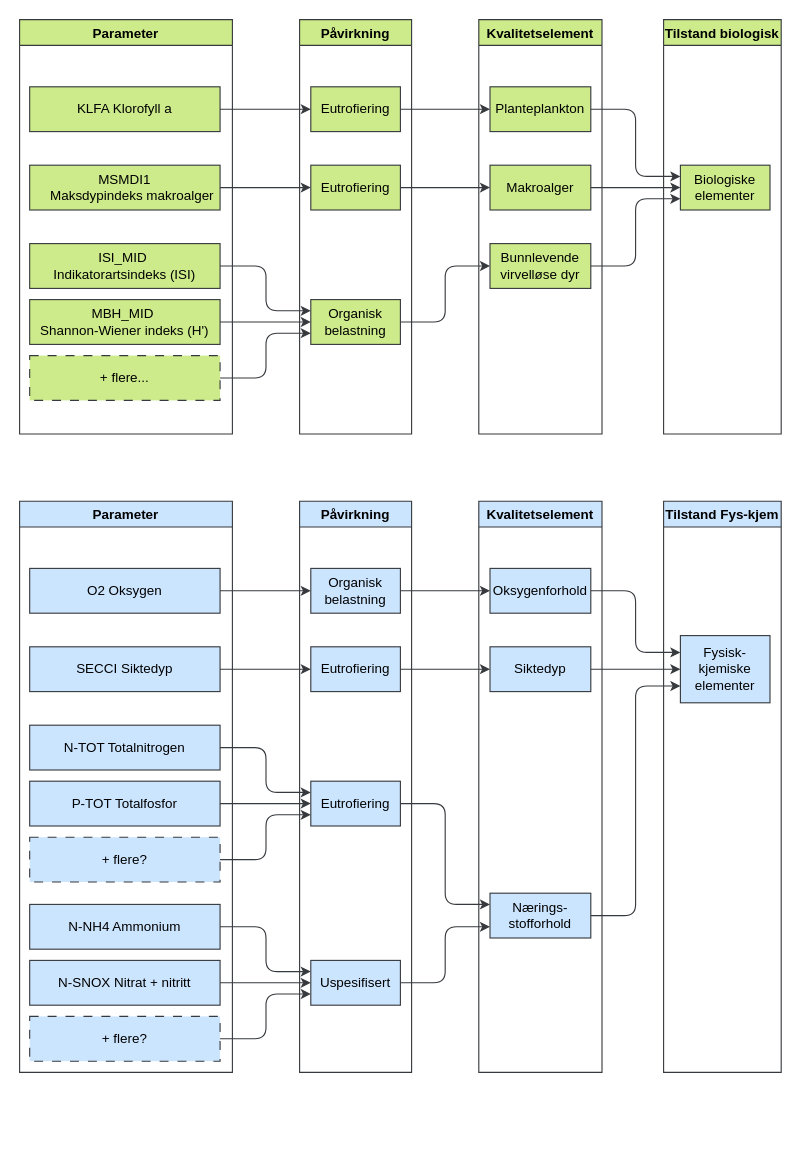
Above: martini.drawio in ciaran-dk/flowchart (draw.io), before the change. Source tidied: cells renumbered, new cells numbered last; positions are measured from the earlier drawing's top-left corner, leaving out a move shared by most shapes. Both pictures are drawn from the tidied source at 112%, with x=0, y=0 at pixel (19, 19).
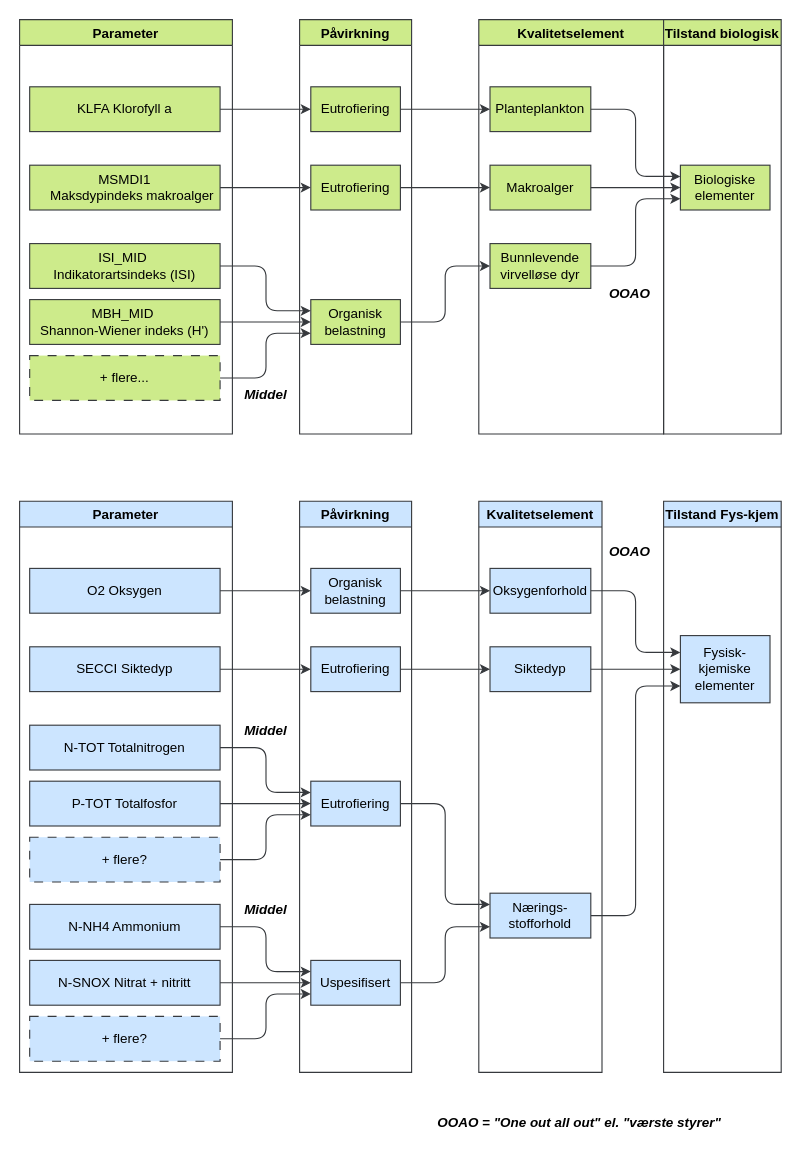
The same diagram, later.

Unchanged cells that the change refers to:
```xml
<mxCell id="62" value="Tilstand Fys-kjem" style="swimlane;labelBackgroundColor=none;fillColor=#cce5ff;strokeColor=#36393d;fontColor=#000000;" parent="1" vertex="1">
  <mxGeometry x="575" y="430" width="105" height="510" as="geometry" />
</mxCell>
```

Change to the diagram source:
```diff
@@
     <mxCell id="27" value="Kvalitetselement" style="swimlane;labelBackgroundColor=none;fillColor=#cdeb8b;strokeColor=#36393d;fontColor=#000000;" parent="1" vertex="1">
-      <mxGeometry x="410" width="110" height="370" as="geometry" />
+      <mxGeometry x="410" width="165" height="370" as="geometry" />
     </mxCell>
+    <mxCell id="64" value="OOAO" style="text;html=1;align=center;verticalAlign=middle;whiteSpace=wrap;rounded=0;fontColor=#000000;fontStyle=3;" parent="27" vertex="1">
+      <mxGeometry x="105" y="230" width="60" height="30" as="geometry" />
+    </mxCell>
@@
+    <mxCell id="65" value="OOAO" style="text;html=1;align=center;verticalAlign=middle;whiteSpace=wrap;rounded=0;fontColor=#000000;fontStyle=3;" parent="62" vertex="1">
+      <mxGeometry x="-60" y="30" width="60" height="30" as="geometry" />
+    </mxCell>
@@
+    <mxCell id="66" value="Middel" style="text;html=1;align=center;verticalAlign=middle;whiteSpace=wrap;rounded=0;fontColor=#000000;fontStyle=3;" parent="1" vertex="1">
+      <mxGeometry x="190" y="320" width="60" height="30" as="geometry" />
+    </mxCell>
+    <mxCell id="67" value="Middel" style="text;html=1;align=center;verticalAlign=middle;whiteSpace=wrap;rounded=0;fontColor=#000000;fontStyle=3;" parent="1" vertex="1">
+      <mxGeometry x="190" y="620" width="60" height="30" as="geometry" />
+    </mxCell>
+    <mxCell id="68" value="Middel" style="text;html=1;align=center;verticalAlign=middle;whiteSpace=wrap;rounded=0;fontColor=#000000;fontStyle=3;" parent="1" vertex="1">
+      <mxGeometry x="190" y="780" width="60" height="30" as="geometry" />
+    </mxCell>
+    <mxCell id="69" value="OOAO = &quot;One out all out&quot; el. &quot;værste styrer&quot;" style="text;html=1;align=center;verticalAlign=middle;whiteSpace=wrap;rounded=0;fontColor=#000000;fontStyle=3;" parent="1" vertex="1">
+      <mxGeometry x="350" y="970" width="300" height="30" as="geometry" />
+    </mxCell>
```
